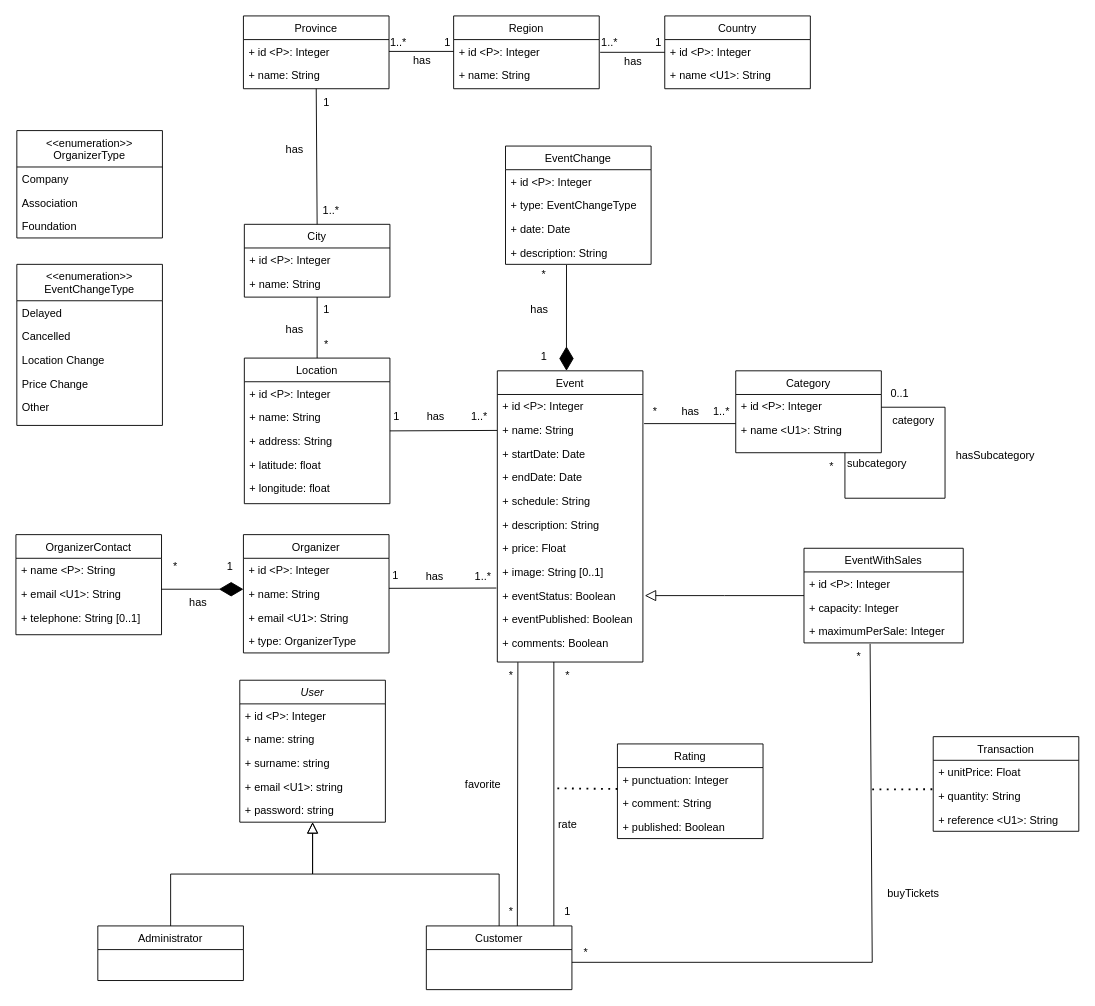
Earlier version of the draw.io diagram diagrams/conceptual-diagram.drawio (danielpilot/event-database). Source tidied: cells renumbered, new cells numbered last; positions are measured from the earlier drawing's top-left corner, leaving out a move shared by most shapes. Both pictures are drawn from the tidied source at 91%, with x=0, y=0 at pixel (15, 15).
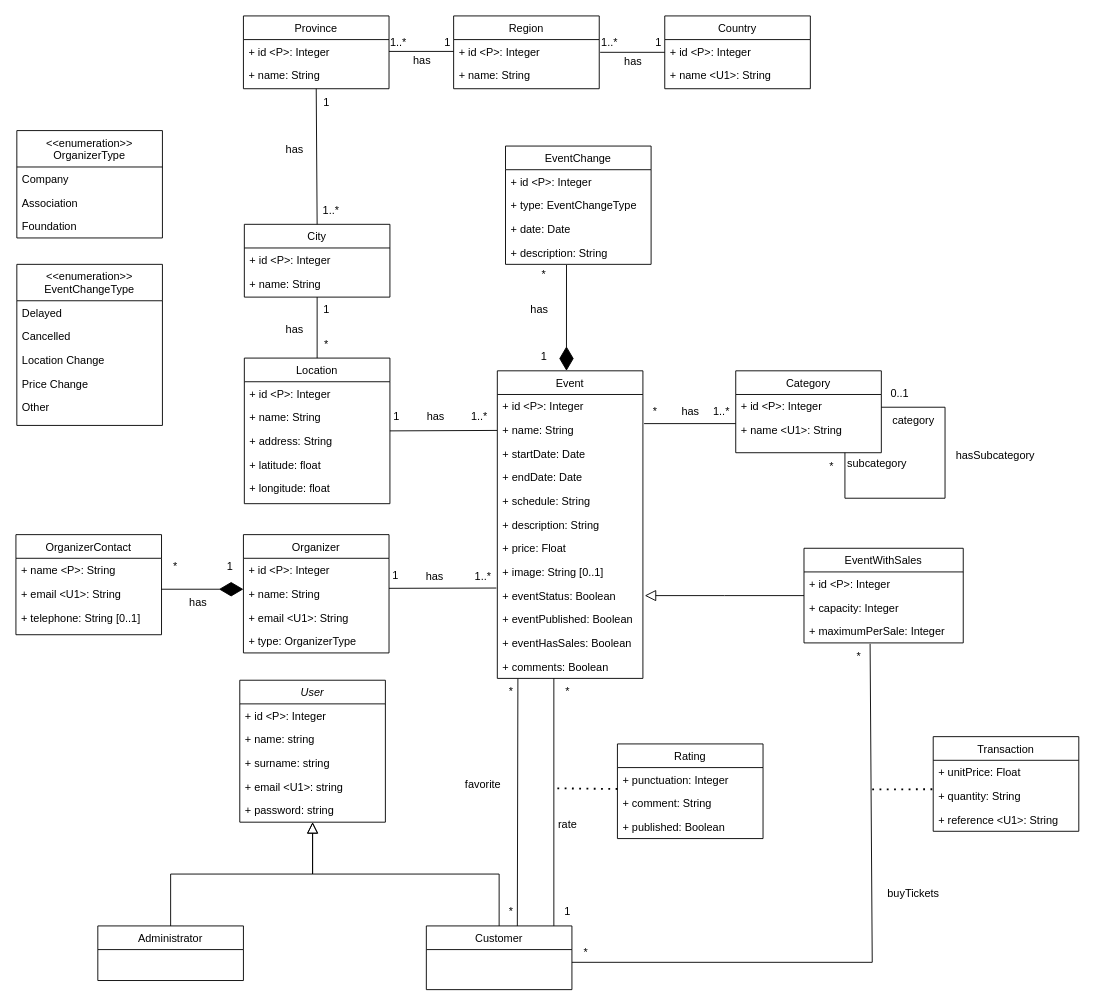
Above is the later version.

Change to the diagram source:
```diff
@@
     <mxCell id="12" value="Event" style="swimlane;fontStyle=0;align=center;verticalAlign=top;horizontal=1;startSize=26;rounded=0;shadow=0;strokeWidth=1;" parent="1" vertex="1">
-      <mxGeometry x="529" y="390" width="160" height="320" as="geometry" />
+      <mxGeometry x="529" y="390" width="160" height="338" as="geometry" />
     </mxCell>
@@
+    <mxCell id="142" value="+ eventHasSales: Boolean" style="text;align=left;verticalAlign=top;spacingLeft=4;spacingRight=4;overflow=hidden;rounded=0;shadow=0;html=0;" parent="12" vertex="1">
+      <mxGeometry y="286" width="160" height="26" as="geometry" />
+    </mxCell>
     <mxCell id="23" value="+ comments: Boolean" style="text;align=left;verticalAlign=top;spacingLeft=4;spacingRight=4;overflow=hidden;rounded=0;shadow=0;html=0;" parent="12" vertex="1">
-      <mxGeometry y="286" width="160" height="26" as="geometry" />
+      <mxGeometry y="312" width="160" height="26" as="geometry" />
     </mxCell>
@@
     <mxCell id="115" value="*" style="text;html=1;align=center;verticalAlign=middle;points=[];strokeColor=none;fillColor=none;" parent="1" vertex="1">
-      <mxGeometry x="529" y="710" width="30" height="30" as="geometry" />
+      <mxGeometry x="529" y="728" width="30" height="30" as="geometry" />
     </mxCell>
@@
     <mxCell id="119" value="*" style="text;html=1;align=center;verticalAlign=middle;points=[];strokeColor=none;fillColor=none;" parent="1" vertex="1">
-      <mxGeometry x="591" y="710" width="30" height="30" as="geometry" />
+      <mxGeometry x="591" y="728" width="30" height="30" as="geometry" />
     </mxCell>
```
